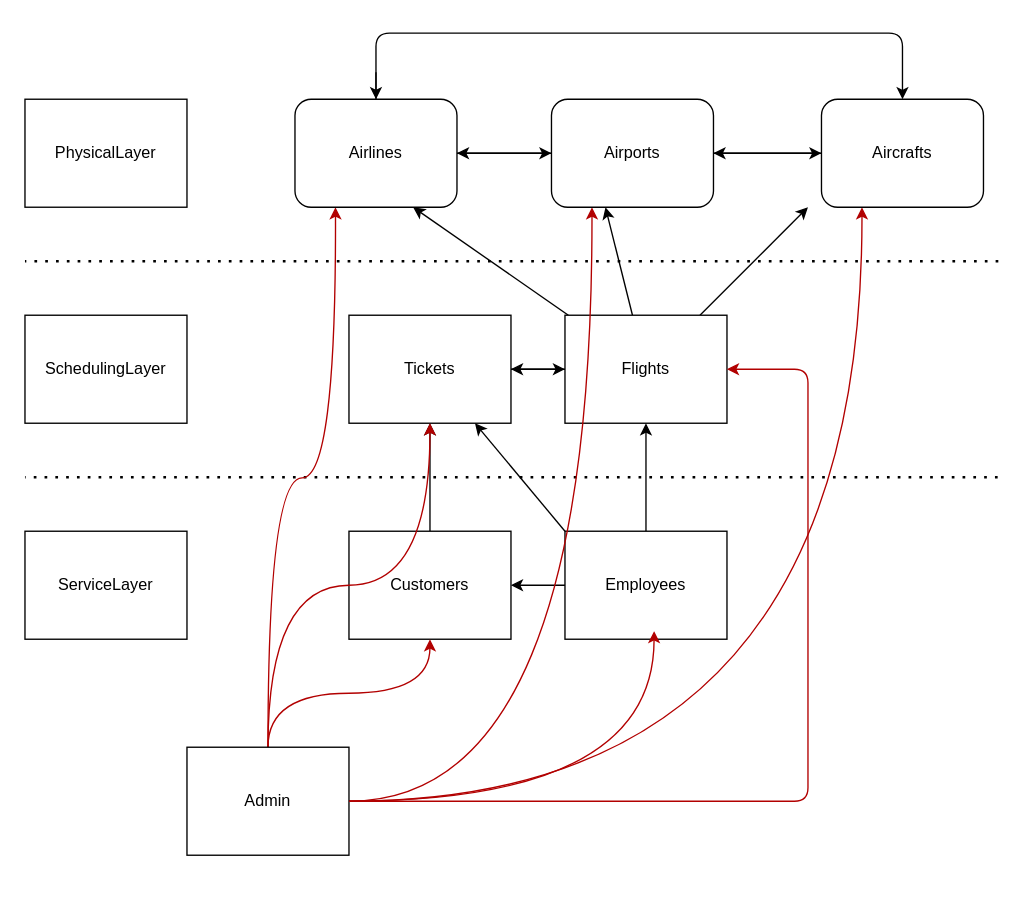
Earlier version of the draw.io diagram page "InitialConnections+AdminControl" (2 of 7) of ERDiagram.drawio (kyle4036/DatabaseManagement2026Project1). Source tidied: cells renumbered, new cells numbered last; positions are measured from the earlier drawing's top-left corner, leaving out a move shared by most shapes. Both pictures are drawn from the tidied source at 135%, with x=0, y=0 at pixel (24, 32).
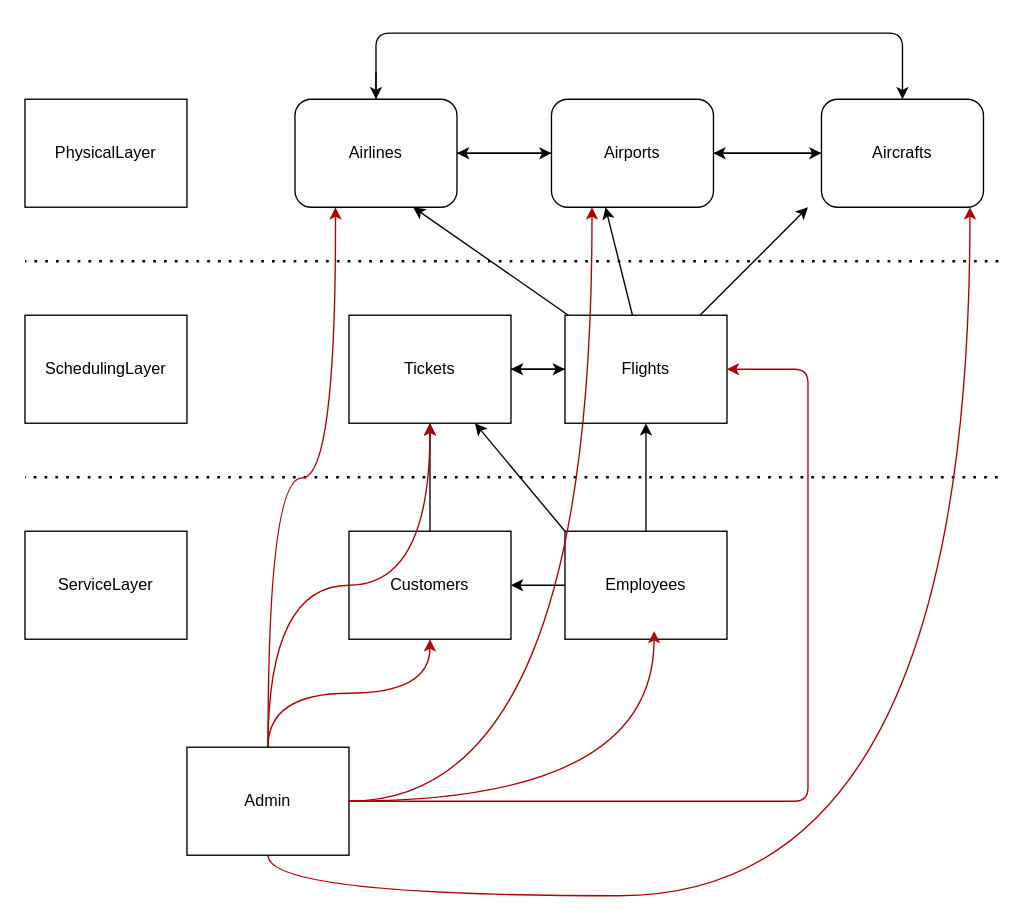
The same page after the edit.

Unchanged cells that the change refers to:
```xml
<mxCell id="26" value="Admin" style="whiteSpace=wrap;html=1;rounded=0;" parent="1" vertex="1">
  <mxGeometry x="120" y="529" width="120" height="80" as="geometry" />
</mxCell>
<mxCell id="32" value="Aircrafts" style="whiteSpace=wrap;html=1;rounded=1;" parent="1" vertex="1">
  <mxGeometry x="590" y="49" width="120" height="80" as="geometry" />
</mxCell>
```

What changed in the source:
```diff
@@
-    <mxCell id="25" style="edgeStyle=orthogonalEdgeStyle;rounded=0;jettySize=auto;html=1;fillColor=#e51400;strokeColor=#B20000;curved=1;startSize=7;" parent="1" edge="1" source="26">
+    <mxCell id="25" style="edgeStyle=orthogonalEdgeStyle;rounded=0;jettySize=auto;html=1;fillColor=#e51400;strokeColor=#B20000;curved=1;startSize=7;" parent="1" edge="1" source="26" target="32">
       <mxGeometry relative="1" as="geometry">
-        <mxPoint x="620" y="129" as="targetPoint" />
+        <Array as="points">
+          <mxPoint x="180" y="639" />
+          <mxPoint x="700" y="639" />
+        </Array>
       </mxGeometry>
     </mxCell>
```
